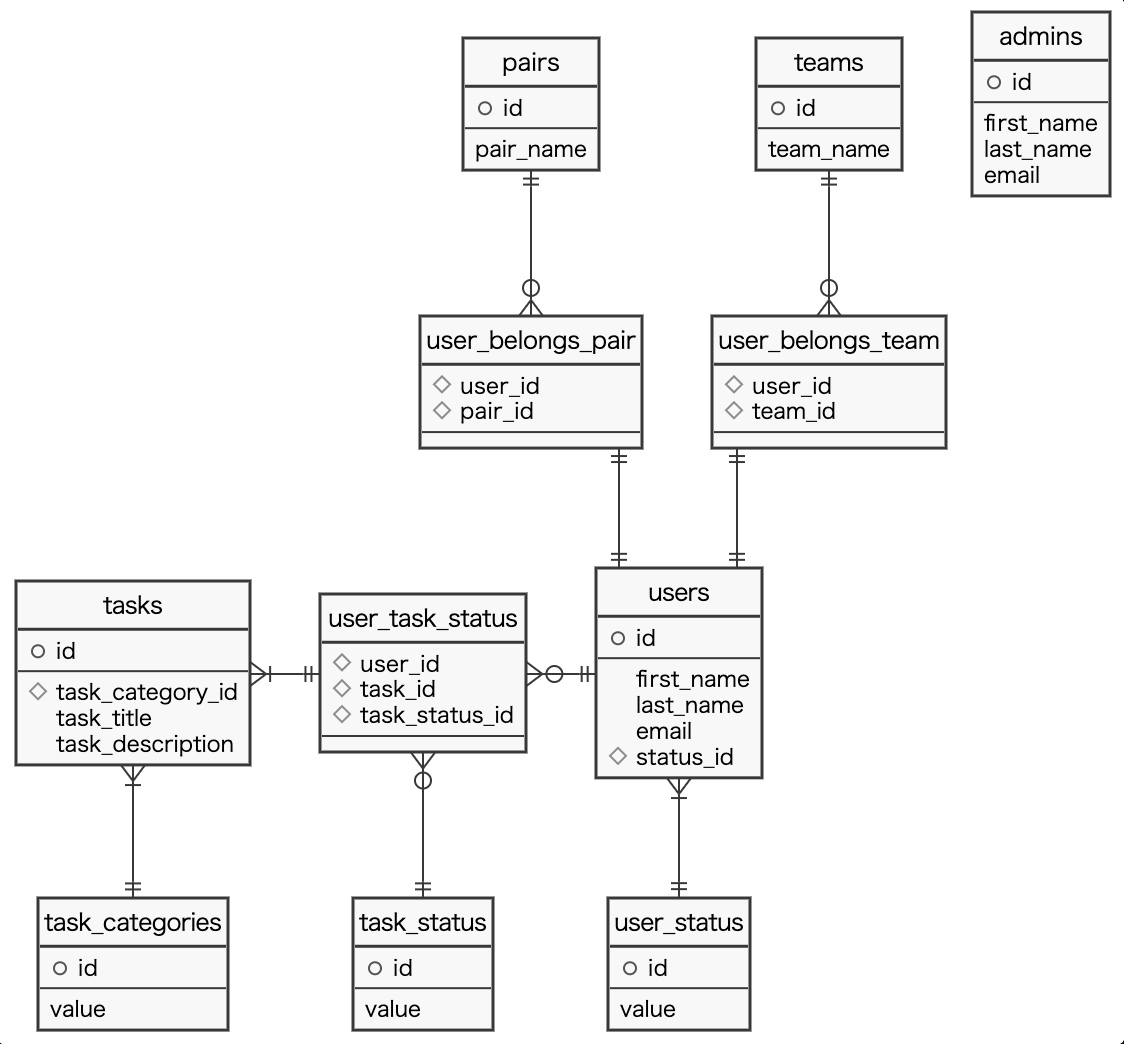
Earlier version of the PlantUML export main/04_architecture/31_ddd_challenge/erd/erd.png (umirai/PrahaChallenge). Its source is kept beside it as main/04_architecture/31_ddd_challenge/erd/erd.pu. Source of this version:
```plantuml
@startuml usecase

hide circle
skinparam linetype ortho
skinparam monochrome true
skinparam shadowing false

entity users {
  + id
  --
  first_name
  last_name
  email
  # status_id
}

entity user_status {
  + id
  --
  value
}

entity pairs {
  + id
  --
  pair_name
}

entity teams {
  + id
  --
  team_name
}

entity admins {
  + id
  --
  first_name
  last_name
  email
}

entity tasks {
  + id
  --
  # task_category_id
  task_title
  task_description
}

entity task_status {
  + id
  --
  value
}

entity task_categories {
  + id
  --
  value
}

entity user_belongs_team {
  # user_id
  # team_id
  --
}

entity user_belongs_pair {
  # user_id
  # pair_id
  --
}

entity user_task_status {
  # user_id
  # task_id
  # task_status_id
  --
}

users }|--|| user_status
users ||-up-|| user_belongs_team
teams ||--o{ user_belongs_team
users ||-up-|| user_belongs_pair
pairs ||--o{ user_belongs_pair


users ||-left-o{ user_task_status
tasks }|-down-|| task_categories
tasks }|-right-|| user_task_status
task_status ||-up-o{ user_task_status

@enduml
```
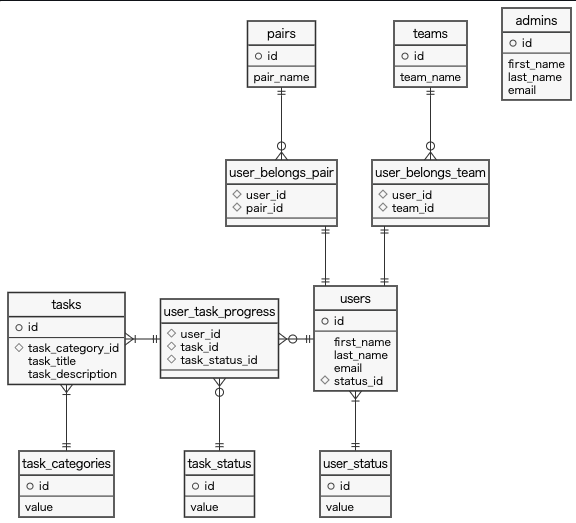
Above is the later version.

Commit message:
fix: テーブル名の変更に伴い、ER図を修正

Diff of the diagram source:
```diff
@@ -72,7 +72,7 @@
   --
 }
 
-entity user_task_status {
+entity user_task_progress {
   # user_id
   # task_id
   # task_status_id
@@ -86,9 +86,9 @@
 pairs ||--o{ user_belongs_pair
 
 
-users ||-left-o{ user_task_status
+users ||-left-o{ user_task_progress
 tasks }|-down-|| task_categories
-tasks }|-right-|| user_task_status
-task_status ||-up-o{ user_task_status
+tasks }|-right-|| user_task_progress
+task_status ||-up-o{ user_task_progress
 
 @enduml
```
